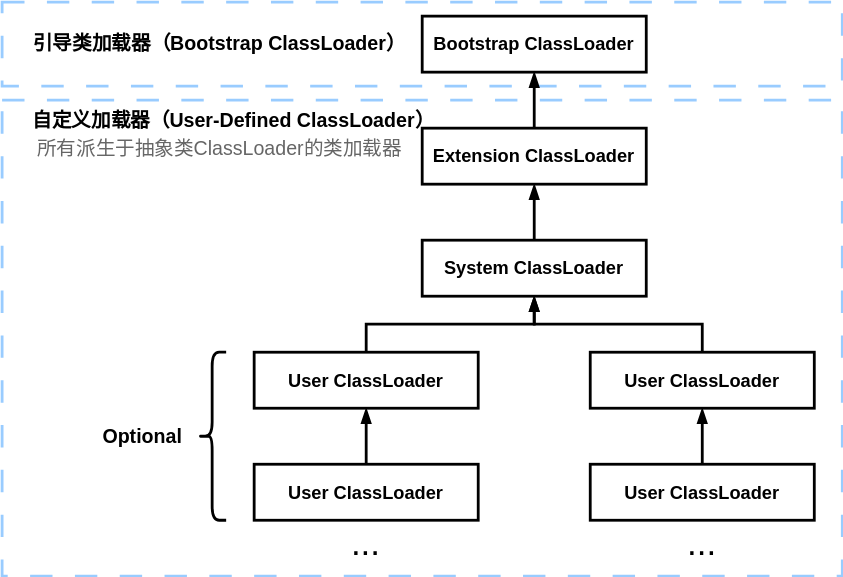
creatern/NoteBook keeps this draw.io diagram as pictures/JVM-ClassLoader-sp.drawio.svg. Above is the earlier version. Source tidied: cells renumbered, new cells last; positions are measured from the earlier drawing's top-left corner, leaving out a move shared by most shapes.
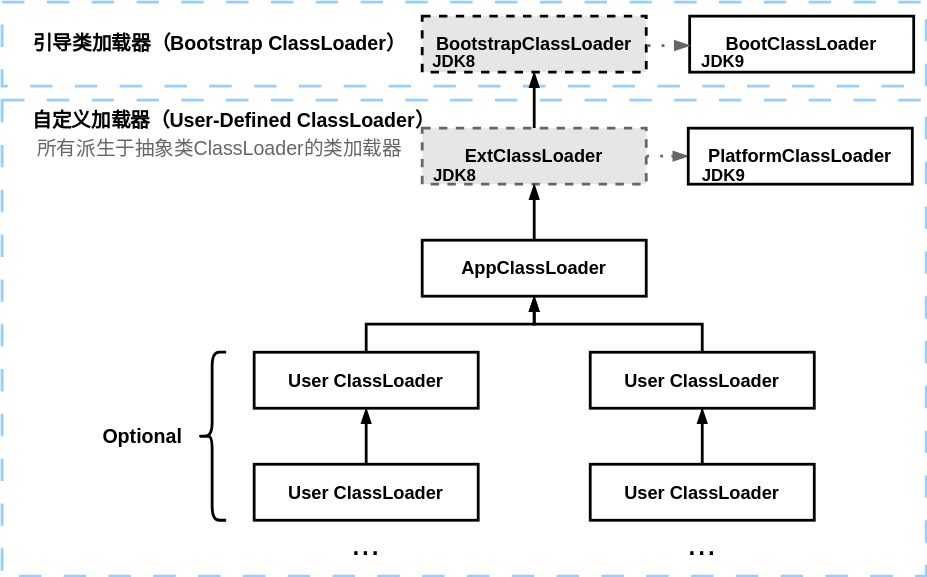
After the change.

What changed in the source:
```diff
@@ -3,24 +3,26 @@
     <mxCell id="0" />
     <mxCell id="1" parent="0" />
     <mxCell id="2" style="rounded=0;whiteSpace=wrap;html=1;strokeColor=#99CCFF;strokeWidth=2;fontFamily=Helvetica;fontSize=12;fontColor=default;fillColor=default;dashed=1;dashPattern=8 8;" parent="1" vertex="1">
-      <mxGeometry width="600" height="60" as="geometry" />
+      <mxGeometry width="660" height="60" as="geometry" />
     </mxCell>
     <mxCell id="3" style="rounded=0;whiteSpace=wrap;html=1;strokeColor=#99CCFF;strokeWidth=2;fontFamily=Helvetica;fontSize=12;fontColor=default;fillColor=default;dashed=1;dashPattern=8 8;" parent="1" vertex="1">
-      <mxGeometry y="70" width="600" height="340" as="geometry" />
+      <mxGeometry y="70" width="660" height="340" as="geometry" />
     </mxCell>
-    <mxCell id="4" value="Bootstrap ClassLoader" style="rounded=0;whiteSpace=wrap;html=1;strokeWidth=2;fontSize=13;fontStyle=1;" parent="1" vertex="1">
-      <mxGeometry x="300" y="10" width="160" height="40" as="geometry" />
-    </mxCell>
-    <mxCell id="5" style="edgeStyle=orthogonalEdgeStyle;shape=connector;rounded=0;jettySize=auto;html=1;exitX=0.5;exitY=0;exitDx=0;exitDy=0;entryX=0.5;entryY=1;entryDx=0;entryDy=0;labelBackgroundColor=default;strokeColor=default;strokeWidth=2;fontFamily=Helvetica;fontSize=12;fontColor=default;endArrow=blockThin;endFill=1;" parent="1" edge="1" source="6" target="4">
-      <mxGeometry relative="1" as="geometry" />
+    <mxCell id="5" style="edgeStyle=orthogonalEdgeStyle;shape=connector;rounded=0;jettySize=auto;html=1;exitX=0.5;exitY=0;exitDx=0;exitDy=0;entryX=0.5;entryY=1;entryDx=0;entryDy=0;labelBackgroundColor=default;strokeColor=default;strokeWidth=2;fontFamily=Helvetica;fontSize=12;fontColor=default;endArrow=blockThin;endFill=1;" parent="1" edge="1" source="6">
+      <mxGeometry relative="1" as="geometry">
+        <mxPoint x="380" y="50" as="targetPoint" />
+      </mxGeometry>
     </mxCell>
+    <mxCell id="24" style="edgeStyle=orthogonalEdgeStyle;rounded=0;jettySize=auto;html=1;exitX=1;exitY=0.5;exitDx=0;exitDy=0;endArrow=blockThin;endFill=1;strokeWidth=2;strokeColor=#666666;dashed=1;dashPattern=1 4;" parent="1" edge="1" source="6" target="25">
+      <mxGeometry relative="1" as="geometry" />
+    </mxCell>
-    <mxCell id="6" value="Extension ClassLoader" style="rounded=0;whiteSpace=wrap;html=1;strokeWidth=2;fontSize=13;fontStyle=1;" parent="1" vertex="1">
+    <mxCell id="6" value="ExtClassLoader" style="rounded=0;whiteSpace=wrap;html=1;strokeWidth=2;fontSize=13;fontStyle=1;strokeColor=#666666;dashed=1;fillColor=#E6E6E6;" parent="1" vertex="1">
       <mxGeometry x="300" y="90" width="160" height="40" as="geometry" />
     </mxCell>
     <mxCell id="7" style="edgeStyle=orthogonalEdgeStyle;shape=connector;rounded=0;jettySize=auto;html=1;exitX=0.5;exitY=0;exitDx=0;exitDy=0;entryX=0.5;entryY=1;entryDx=0;entryDy=0;labelBackgroundColor=default;strokeColor=default;strokeWidth=2;fontFamily=Helvetica;fontSize=12;fontColor=default;endArrow=blockThin;endFill=1;" parent="1" edge="1" source="8" target="6">
       <mxGeometry relative="1" as="geometry" />
     </mxCell>
-    <mxCell id="8" value="System ClassLoader" style="rounded=0;whiteSpace=wrap;html=1;strokeWidth=2;fontSize=13;fontStyle=1;" parent="1" vertex="1">
+    <mxCell id="8" value="AppClassLoader" style="rounded=0;whiteSpace=wrap;html=1;strokeWidth=2;fontSize=13;fontStyle=1;" parent="1" vertex="1">
       <mxGeometry x="300" y="170" width="160" height="40" as="geometry" />
     </mxCell>
     <mxCell id="9" style="edgeStyle=orthogonalEdgeStyle;shape=connector;rounded=0;jettySize=auto;html=1;exitX=0.5;exitY=0;exitDx=0;exitDy=0;entryX=0.5;entryY=1;entryDx=0;entryDy=0;labelBackgroundColor=default;strokeColor=default;strokeWidth=2;fontFamily=Helvetica;fontSize=12;fontColor=default;endArrow=blockThin;endFill=1;" parent="1" edge="1" source="10" target="8">
@@ -68,5 +70,32 @@
     <mxCell id="23" value="所有派生于抽象类ClassLoader的类加载器" style="text;html=1;align=center;verticalAlign=middle;strokeColor=none;fillColor=none;fontSize=14;fontFamily=Helvetica;fontColor=#666666;" parent="1" vertex="1">
       <mxGeometry x="15" y="90" width="280" height="30" as="geometry" />
     </mxCell>
+    <mxCell id="25" value="PlatformClassLoader" style="rounded=0;whiteSpace=wrap;html=1;strokeWidth=2;fontSize=13;fontStyle=1;" parent="1" vertex="1">
+      <mxGeometry x="490" y="90" width="160" height="40" as="geometry" />
+    </mxCell>
+    <mxCell id="26" value="JDK8" style="text;html=1;strokeColor=none;fillColor=none;align=center;verticalAlign=middle;whiteSpace=wrap;rounded=0;fontStyle=1;" parent="1" vertex="1">
+      <mxGeometry x="297" y="109" width="53" height="30" as="geometry" />
+    </mxCell>
+    <mxCell id="27" value="JDK9" style="text;html=1;strokeColor=none;fillColor=none;align=center;verticalAlign=middle;whiteSpace=wrap;rounded=0;fontStyle=1;" parent="1" vertex="1">
+      <mxGeometry x="491" y="109" width="49" height="30" as="geometry" />
+    </mxCell>
+    <mxCell id="28" value="BootstrapClassLoader" style="rounded=0;whiteSpace=wrap;html=1;strokeWidth=2;fontSize=13;fontStyle=1;dashed=1;fillColor=#E6E6E6;" parent="1" vertex="1">
+      <mxGeometry x="300" y="10" width="160" height="40" as="geometry" />
+    </mxCell>
+    <mxCell id="29" value="BootClassLoader" style="rounded=0;whiteSpace=wrap;html=1;strokeWidth=2;fontSize=13;fontStyle=1;" parent="1" vertex="1">
+      <mxGeometry x="491" y="10" width="160" height="40" as="geometry" />
+    </mxCell>
+    <mxCell id="30" value="JDK9" style="text;html=1;strokeColor=none;fillColor=none;align=center;verticalAlign=middle;whiteSpace=wrap;rounded=0;fontStyle=1;" parent="1" vertex="1">
+      <mxGeometry x="490" y="27.5" width="50" height="30" as="geometry" />
+    </mxCell>
+    <mxCell id="31" value="JDK8" style="text;html=1;strokeColor=none;fillColor=none;align=center;verticalAlign=middle;whiteSpace=wrap;rounded=0;fontStyle=1;" parent="1" vertex="1">
+      <mxGeometry x="297" y="27.5" width="52" height="30" as="geometry" />
+    </mxCell>
+    <mxCell id="32" style="edgeStyle=orthogonalEdgeStyle;rounded=0;orthogonalLoop=1;jettySize=auto;html=1;exitX=1;exitY=0.5;exitDx=0;exitDy=0;endArrow=blockThin;endFill=1;strokeWidth=2;strokeColor=#666666;dashed=1;dashPattern=1 4;" parent="1" edge="1">
+      <mxGeometry relative="1" as="geometry">
+        <mxPoint x="461" y="31" as="sourcePoint" />
+        <mxPoint x="491" y="31" as="targetPoint" />
+      </mxGeometry>
+    </mxCell>
   </root>
 </mxGraphModel>
```
